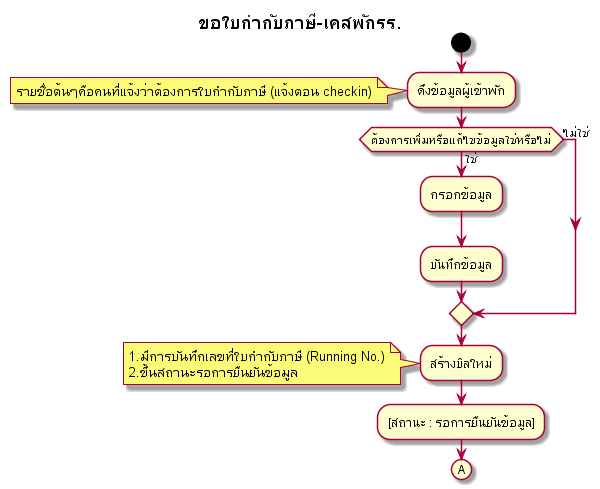
Before: out/activity-diagram/Management/TaxInvoice_normalcase/ขอใบกำกับภาษี-เคสพักรร..png, a diagram exported from PlantUML (cheat13/Prompiman_Diagram). Source of this version:
```plantuml
@startuml
start

title ขอใบกำกับภาษี-เคสพักรร.

:ดึงข้อมูลผู้เข้าพัก;
 note left
 รายชื่อต้นๆคือคนที่แจ้งว่าต้องการใบกำกับภาษี (แจ้งตอน checkin)
 endnote


if(ต้องการเพิ่มหรือแก้ไขข้อมูลใช่หรือไม่)then(ใช่)
:กรอกข้อมูล;
:บันทึกข้อมูล;
else(ไม่ใช่)
endif

:สร้างบิลใหม่;
 note left
 1.มีการบันทึกเลขที่ใบกำกับภาษี (Running No.)
 2.ขึ้นสถานะรอการยืนยันข้อมูล
 endnote

:[สถานะ : รอการยืนยันข้อมูล];

(A)



@enduml
```
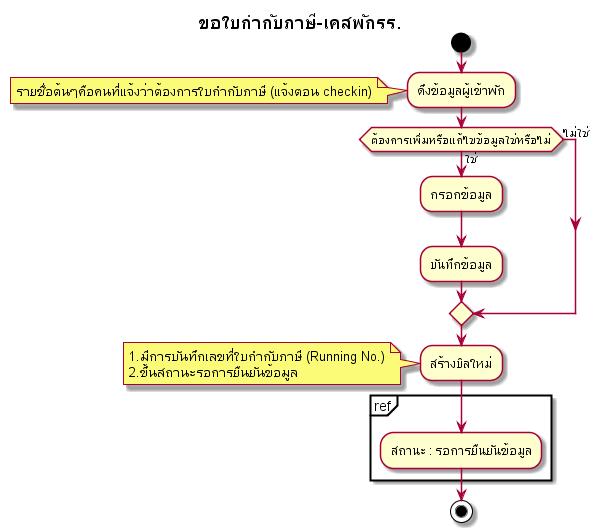
The same diagram one commit later.

Diff of the diagram source:
```diff
@@ -21,10 +21,9 @@
  2.ขึ้นสถานะรอการยืนยันข้อมูล
  endnote
 
-:[สถานะ : รอการยืนยันข้อมูล];
+partition ref {
+:สถานะ : รอการยืนยันข้อมูล;
+}
 
-(A)
-
-
-
+stop
 @enduml
```
